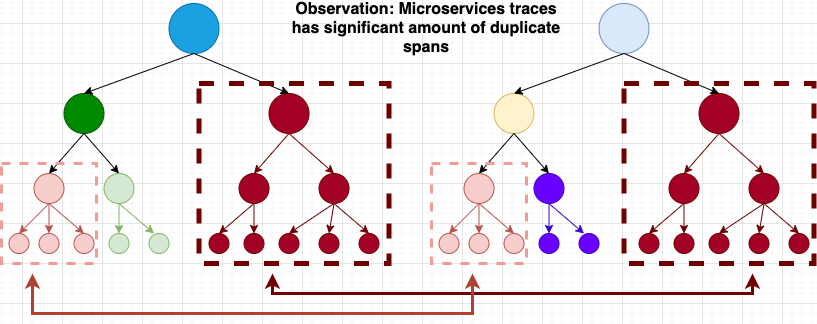
This is results/original_tree.drawio.png from HaseebLUMS/compression-for-distributed-tracing, a draw.io export, as it was before one commit. Source tidied: cells renumbered, new cells last; positions are measured from the earlier drawing's top-left corner, leaving out a move shared by most shapes. The source it was exported from:
```xml
<mxGraphModel>
  <root>
    <mxCell id="0" />
    <mxCell id="1" parent="0" />
    <mxCell id="2" style="ellipse;whiteSpace=wrap;html=1;fillColor=#1ba1e2;fontColor=#ffffff;strokeColor=#006EAF;" parent="1" vertex="1">
      <mxGeometry x="167.5" width="50" height="50" as="geometry" />
    </mxCell>
    <mxCell id="3" style="ellipse;whiteSpace=wrap;html=1;fillColor=#008a00;fontColor=#ffffff;strokeColor=#005700;" parent="1" vertex="1">
      <mxGeometry x="62.5" y="90" width="40" height="40" as="geometry" />
    </mxCell>
    <mxCell id="4" style="ellipse;whiteSpace=wrap;html=1;fillColor=#a20025;fontColor=#ffffff;strokeColor=#6F0000;" parent="1" vertex="1">
      <mxGeometry x="267.5" y="90" width="40" height="40" as="geometry" />
    </mxCell>
    <mxCell id="5" style="ellipse;whiteSpace=wrap;html=1;fillColor=#f8cecc;strokeColor=#b85450;" parent="1" vertex="1">
      <mxGeometry x="32.5" y="170" width="30" height="30" as="geometry" />
    </mxCell>
    <mxCell id="6" style="ellipse;whiteSpace=wrap;html=1;fillColor=#d5e8d4;strokeColor=#82b366;" parent="1" vertex="1">
      <mxGeometry x="102.5" y="170" width="30" height="30" as="geometry" />
    </mxCell>
    <mxCell id="7" style="ellipse;whiteSpace=wrap;html=1;fillColor=#a20025;fontColor=#ffffff;strokeColor=#6F0000;" parent="1" vertex="1">
      <mxGeometry x="237.5" y="170" width="30" height="30" as="geometry" />
    </mxCell>
    <mxCell id="8" style="ellipse;whiteSpace=wrap;html=1;fillColor=#a20025;fontColor=#ffffff;strokeColor=#6F0000;" parent="1" vertex="1">
      <mxGeometry x="317.5" y="170" width="30" height="30" as="geometry" />
    </mxCell>
    <mxCell id="9" style="ellipse;whiteSpace=wrap;html=1;fillColor=#f8cecc;strokeColor=#b85450;" parent="1" vertex="1">
      <mxGeometry x="7.5" y="230" width="20" height="20" as="geometry" />
    </mxCell>
    <mxCell id="10" style="ellipse;whiteSpace=wrap;html=1;fillColor=#f8cecc;strokeColor=#b85450;" parent="1" vertex="1">
      <mxGeometry x="37.5" y="230" width="20" height="20" as="geometry" />
    </mxCell>
    <mxCell id="11" style="ellipse;whiteSpace=wrap;html=1;fillColor=#f8cecc;strokeColor=#b85450;" parent="1" vertex="1">
      <mxGeometry x="72.5" y="230" width="20" height="20" as="geometry" />
    </mxCell>
    <mxCell id="12" style="ellipse;whiteSpace=wrap;html=1;fillColor=#d5e8d4;strokeColor=#82b366;" parent="1" vertex="1">
      <mxGeometry x="107.5" y="230" width="20" height="20" as="geometry" />
    </mxCell>
    <mxCell id="13" style="ellipse;whiteSpace=wrap;html=1;fillColor=#d5e8d4;strokeColor=#82b366;" parent="1" vertex="1">
      <mxGeometry x="147.5" y="230" width="20" height="20" as="geometry" />
    </mxCell>
    <mxCell id="14" style="ellipse;whiteSpace=wrap;html=1;fillColor=#a20025;fontColor=#ffffff;strokeColor=#6F0000;" parent="1" vertex="1">
      <mxGeometry x="207.5" y="230" width="20" height="20" as="geometry" />
    </mxCell>
    <mxCell id="15" style="ellipse;whiteSpace=wrap;html=1;fillColor=#a20025;fontColor=#ffffff;strokeColor=#6F0000;" parent="1" vertex="1">
      <mxGeometry x="242.5" y="230" width="20" height="20" as="geometry" />
    </mxCell>
    <mxCell id="16" style="ellipse;whiteSpace=wrap;html=1;fillColor=#a20025;fontColor=#ffffff;strokeColor=#6F0000;" parent="1" vertex="1">
      <mxGeometry x="277.5" y="230" width="20" height="20" as="geometry" />
    </mxCell>
    <mxCell id="17" style="ellipse;whiteSpace=wrap;html=1;fillColor=#a20025;fontColor=#ffffff;strokeColor=#6F0000;" parent="1" vertex="1">
      <mxGeometry x="317.5" y="230" width="20" height="20" as="geometry" />
    </mxCell>
    <mxCell id="18" style="ellipse;whiteSpace=wrap;html=1;fillColor=#a20025;fontColor=#ffffff;strokeColor=#6F0000;" parent="1" vertex="1">
      <mxGeometry x="357.5" y="230" width="20" height="20" as="geometry" />
    </mxCell>
    <mxCell id="19" style="endArrow=classic;html=1;rounded=0;exitX=0.5;exitY=1;exitDx=0;exitDy=0;entryX=0.5;entryY=0;entryDx=0;entryDy=0;" parent="1" edge="1" source="2" target="3">
      <mxGeometry relative="1" as="geometry" />
    </mxCell>
    <mxCell id="20" style="endArrow=classic;html=1;rounded=0;exitX=0.5;exitY=1;exitDx=0;exitDy=0;entryX=0.5;entryY=0;entryDx=0;entryDy=0;" parent="1" edge="1" source="2" target="4">
      <mxGeometry relative="1" as="geometry" />
    </mxCell>
    <mxCell id="21" style="endArrow=classic;html=1;rounded=0;exitX=0.5;exitY=1;exitDx=0;exitDy=0;entryX=0.5;entryY=0;entryDx=0;entryDy=0;" parent="1" edge="1" source="3" target="5">
      <mxGeometry relative="1" as="geometry" />
    </mxCell>
    <mxCell id="22" style="endArrow=classic;html=1;rounded=0;exitX=0.5;exitY=1;exitDx=0;exitDy=0;entryX=0.5;entryY=0;entryDx=0;entryDy=0;" parent="1" edge="1" source="3" target="6">
      <mxGeometry relative="1" as="geometry" />
    </mxCell>
    <mxCell id="23" style="endArrow=classic;html=1;rounded=0;exitX=0.5;exitY=1;exitDx=0;exitDy=0;entryX=0.5;entryY=0;entryDx=0;entryDy=0;fillColor=#a20025;strokeColor=#6F0000;" parent="1" edge="1" source="4" target="7">
      <mxGeometry relative="1" as="geometry" />
    </mxCell>
    <mxCell id="24" style="endArrow=classic;html=1;rounded=0;exitX=0.5;exitY=1;exitDx=0;exitDy=0;entryX=0.5;entryY=0;entryDx=0;entryDy=0;fillColor=#a20025;strokeColor=#6F0000;" parent="1" edge="1" source="4" target="8">
      <mxGeometry relative="1" as="geometry" />
    </mxCell>
    <mxCell id="25" style="endArrow=classic;html=1;rounded=0;entryX=0.5;entryY=0;entryDx=0;entryDy=0;fillColor=#f8cecc;strokeColor=#b85450;startArrow=none;" parent="1" edge="1" target="9">
      <mxGeometry relative="1" as="geometry">
        <mxPoint x="47.5" y="200" as="sourcePoint" />
      </mxGeometry>
    </mxCell>
    <mxCell id="26" style="endArrow=classic;html=1;rounded=0;exitX=0.5;exitY=1;exitDx=0;exitDy=0;entryX=0.5;entryY=0;entryDx=0;entryDy=0;fillColor=#f8cecc;strokeColor=#b85450;" parent="1" edge="1" source="5" target="10">
      <mxGeometry relative="1" as="geometry" />
    </mxCell>
    <mxCell id="27" style="endArrow=classic;html=1;rounded=0;exitX=0.5;exitY=1;exitDx=0;exitDy=0;entryX=0.5;entryY=0;entryDx=0;entryDy=0;fillColor=#f8cecc;strokeColor=#b85450;" parent="1" edge="1" source="5" target="11">
      <mxGeometry relative="1" as="geometry" />
    </mxCell>
    <mxCell id="28" style="endArrow=classic;html=1;rounded=0;exitX=0.5;exitY=1;exitDx=0;exitDy=0;entryX=0.5;entryY=0;entryDx=0;entryDy=0;fillColor=#d5e8d4;strokeColor=#82b366;" parent="1" edge="1" source="6" target="12">
      <mxGeometry relative="1" as="geometry" />
    </mxCell>
    <mxCell id="29" style="endArrow=classic;html=1;rounded=0;exitX=0.5;exitY=1;exitDx=0;exitDy=0;entryX=0.5;entryY=0;entryDx=0;entryDy=0;fillColor=#d5e8d4;strokeColor=#82b366;" parent="1" edge="1" source="6">
      <mxGeometry relative="1" as="geometry">
        <mxPoint x="152.5" y="230" as="targetPoint" />
      </mxGeometry>
    </mxCell>
    <mxCell id="30" style="endArrow=classic;html=1;rounded=0;exitX=0.5;exitY=1;exitDx=0;exitDy=0;entryX=0.5;entryY=0;entryDx=0;entryDy=0;fillColor=#a20025;strokeColor=#6F0000;" parent="1" edge="1" source="7" target="14">
      <mxGeometry relative="1" as="geometry" />
    </mxCell>
    <mxCell id="31" style="endArrow=classic;html=1;rounded=0;exitX=0.5;exitY=1;exitDx=0;exitDy=0;entryX=0.5;entryY=0;entryDx=0;entryDy=0;fillColor=#a20025;strokeColor=#6F0000;" parent="1" edge="1" source="7" target="15">
      <mxGeometry relative="1" as="geometry" />
    </mxCell>
    <mxCell id="32" style="endArrow=classic;html=1;rounded=0;exitX=0.5;exitY=1;exitDx=0;exitDy=0;entryX=0.5;entryY=0;entryDx=0;entryDy=0;fillColor=#a20025;strokeColor=#6F0000;" parent="1" edge="1" source="8" target="18">
      <mxGeometry relative="1" as="geometry" />
    </mxCell>
    <mxCell id="33" style="endArrow=classic;html=1;rounded=0;exitX=0.5;exitY=1;exitDx=0;exitDy=0;entryX=0.5;entryY=0;entryDx=0;entryDy=0;fillColor=#a20025;strokeColor=#6F0000;" parent="1" edge="1" source="8" target="17">
      <mxGeometry relative="1" as="geometry" />
    </mxCell>
    <mxCell id="34" style="endArrow=classic;html=1;rounded=0;exitX=0.5;exitY=1;exitDx=0;exitDy=0;entryX=0.5;entryY=0;entryDx=0;entryDy=0;fillColor=#a20025;strokeColor=#6F0000;" parent="1" edge="1" source="8" target="16">
      <mxGeometry relative="1" as="geometry" />
    </mxCell>
    <mxCell id="35" style="ellipse;whiteSpace=wrap;html=1;fillColor=#dae8fc;strokeColor=#6c8ebf;" parent="1" vertex="1">
      <mxGeometry x="597.5" width="50" height="50" as="geometry" />
    </mxCell>
    <mxCell id="36" style="ellipse;whiteSpace=wrap;html=1;fillColor=#fff2cc;strokeColor=#d6b656;" parent="1" vertex="1">
      <mxGeometry x="492.5" y="90" width="40" height="40" as="geometry" />
    </mxCell>
    <mxCell id="37" style="ellipse;whiteSpace=wrap;html=1;fillColor=#a20025;fontColor=#ffffff;strokeColor=#6F0000;" parent="1" vertex="1">
      <mxGeometry x="697.5" y="90" width="40" height="40" as="geometry" />
    </mxCell>
    <mxCell id="38" style="ellipse;whiteSpace=wrap;html=1;fillColor=#f8cecc;strokeColor=#b85450;" parent="1" vertex="1">
      <mxGeometry x="462.5" y="170" width="30" height="30" as="geometry" />
    </mxCell>
    <mxCell id="39" style="ellipse;whiteSpace=wrap;html=1;fillColor=#6a00ff;fontColor=#ffffff;strokeColor=#3700CC;" parent="1" vertex="1">
      <mxGeometry x="532.5" y="170" width="30" height="30" as="geometry" />
    </mxCell>
    <mxCell id="40" style="ellipse;whiteSpace=wrap;html=1;fillColor=#a20025;fontColor=#ffffff;strokeColor=#6F0000;" parent="1" vertex="1">
      <mxGeometry x="667.5" y="170" width="30" height="30" as="geometry" />
    </mxCell>
    <mxCell id="41" style="ellipse;whiteSpace=wrap;html=1;fillColor=#a20025;fontColor=#ffffff;strokeColor=#6F0000;" parent="1" vertex="1">
      <mxGeometry x="747.5" y="170" width="30" height="30" as="geometry" />
    </mxCell>
    <mxCell id="42" style="ellipse;whiteSpace=wrap;html=1;fillColor=#f8cecc;strokeColor=#b85450;" parent="1" vertex="1">
      <mxGeometry x="437.5" y="230" width="20" height="20" as="geometry" />
    </mxCell>
    <mxCell id="43" style="ellipse;whiteSpace=wrap;html=1;fillColor=#f8cecc;strokeColor=#b85450;" parent="1" vertex="1">
      <mxGeometry x="467.5" y="230" width="20" height="20" as="geometry" />
    </mxCell>
    <mxCell id="44" style="ellipse;whiteSpace=wrap;html=1;fillColor=#f8cecc;strokeColor=#b85450;" parent="1" vertex="1">
      <mxGeometry x="502.5" y="230" width="20" height="20" as="geometry" />
    </mxCell>
    <mxCell id="45" style="ellipse;whiteSpace=wrap;html=1;fillColor=#6a00ff;fontColor=#ffffff;strokeColor=#3700CC;" parent="1" vertex="1">
      <mxGeometry x="537.5" y="230" width="20" height="20" as="geometry" />
    </mxCell>
    <mxCell id="46" style="ellipse;whiteSpace=wrap;html=1;fillColor=#6a00ff;fontColor=#ffffff;strokeColor=#3700CC;" parent="1" vertex="1">
      <mxGeometry x="577.5" y="230" width="20" height="20" as="geometry" />
    </mxCell>
    <mxCell id="47" style="ellipse;whiteSpace=wrap;html=1;fillColor=#a20025;fontColor=#ffffff;strokeColor=#6F0000;" parent="1" vertex="1">
      <mxGeometry x="637.5" y="230" width="20" height="20" as="geometry" />
    </mxCell>
    <mxCell id="48" style="ellipse;whiteSpace=wrap;html=1;fillColor=#a20025;fontColor=#ffffff;strokeColor=#6F0000;" parent="1" vertex="1">
      <mxGeometry x="672.5" y="230" width="20" height="20" as="geometry" />
    </mxCell>
    <mxCell id="49" style="ellipse;whiteSpace=wrap;html=1;fillColor=#a20025;fontColor=#ffffff;strokeColor=#6F0000;" parent="1" vertex="1">
      <mxGeometry x="707.5" y="230" width="20" height="20" as="geometry" />
    </mxCell>
    <mxCell id="50" style="ellipse;whiteSpace=wrap;html=1;fillColor=#a20025;fontColor=#ffffff;strokeColor=#6F0000;" parent="1" vertex="1">
      <mxGeometry x="747.5" y="230" width="20" height="20" as="geometry" />
    </mxCell>
    <mxCell id="51" style="ellipse;whiteSpace=wrap;html=1;fillColor=#a20025;fontColor=#ffffff;strokeColor=#6F0000;" parent="1" vertex="1">
      <mxGeometry x="787.5" y="230" width="20" height="20" as="geometry" />
    </mxCell>
    <mxCell id="52" style="endArrow=classic;html=1;rounded=0;exitX=0.5;exitY=1;exitDx=0;exitDy=0;entryX=0.5;entryY=0;entryDx=0;entryDy=0;" parent="1" edge="1" source="35" target="36">
      <mxGeometry relative="1" as="geometry" />
    </mxCell>
    <mxCell id="53" style="endArrow=classic;html=1;rounded=0;exitX=0.5;exitY=1;exitDx=0;exitDy=0;entryX=0.5;entryY=0;entryDx=0;entryDy=0;" parent="1" edge="1" source="35" target="37">
      <mxGeometry relative="1" as="geometry" />
    </mxCell>
    <mxCell id="54" style="endArrow=classic;html=1;rounded=0;exitX=0.5;exitY=1;exitDx=0;exitDy=0;entryX=0.5;entryY=0;entryDx=0;entryDy=0;" parent="1" edge="1" source="36" target="38">
      <mxGeometry relative="1" as="geometry" />
    </mxCell>
    <mxCell id="55" style="endArrow=classic;html=1;rounded=0;exitX=0.5;exitY=1;exitDx=0;exitDy=0;entryX=0.5;entryY=0;entryDx=0;entryDy=0;" parent="1" edge="1" source="36" target="39">
      <mxGeometry relative="1" as="geometry" />
    </mxCell>
    <mxCell id="56" style="endArrow=classic;html=1;rounded=0;exitX=0.5;exitY=1;exitDx=0;exitDy=0;entryX=0.5;entryY=0;entryDx=0;entryDy=0;fillColor=#a20025;strokeColor=#6F0000;" parent="1" edge="1" source="37" target="40">
      <mxGeometry relative="1" as="geometry" />
    </mxCell>
    <mxCell id="57" style="endArrow=classic;html=1;rounded=0;exitX=0.5;exitY=1;exitDx=0;exitDy=0;entryX=0.5;entryY=0;entryDx=0;entryDy=0;fillColor=#a20025;strokeColor=#6F0000;" parent="1" edge="1" source="37" target="41">
      <mxGeometry relative="1" as="geometry" />
    </mxCell>
    <mxCell id="58" style="endArrow=classic;html=1;rounded=0;exitX=0.5;exitY=1;exitDx=0;exitDy=0;entryX=0.5;entryY=0;entryDx=0;entryDy=0;fillColor=#f8cecc;strokeColor=#b85450;" parent="1" edge="1" source="38" target="42">
      <mxGeometry relative="1" as="geometry" />
    </mxCell>
    <mxCell id="59" style="endArrow=classic;html=1;rounded=0;exitX=0.5;exitY=1;exitDx=0;exitDy=0;entryX=0.5;entryY=0;entryDx=0;entryDy=0;fillColor=#f8cecc;strokeColor=#b85450;" parent="1" edge="1" source="38" target="43">
      <mxGeometry relative="1" as="geometry" />
    </mxCell>
    <mxCell id="60" style="endArrow=classic;html=1;rounded=0;exitX=0.5;exitY=1;exitDx=0;exitDy=0;entryX=0.5;entryY=0;entryDx=0;entryDy=0;fillColor=#f8cecc;strokeColor=#b85450;" parent="1" edge="1" source="38" target="44">
      <mxGeometry relative="1" as="geometry" />
    </mxCell>
    <mxCell id="61" style="endArrow=classic;html=1;rounded=0;exitX=0.5;exitY=1;exitDx=0;exitDy=0;entryX=0.5;entryY=0;entryDx=0;entryDy=0;fillColor=#6a00ff;strokeColor=#3700CC;" parent="1" edge="1" source="39" target="45">
      <mxGeometry relative="1" as="geometry" />
    </mxCell>
    <mxCell id="62" style="endArrow=classic;html=1;rounded=0;exitX=0.5;exitY=1;exitDx=0;exitDy=0;entryX=0.5;entryY=0;entryDx=0;entryDy=0;fillColor=#6a00ff;strokeColor=#3700CC;" parent="1" edge="1" source="39">
      <mxGeometry relative="1" as="geometry">
        <mxPoint x="582.5" y="230" as="targetPoint" />
      </mxGeometry>
    </mxCell>
    <mxCell id="63" style="endArrow=classic;html=1;rounded=0;exitX=0.5;exitY=1;exitDx=0;exitDy=0;entryX=0.5;entryY=0;entryDx=0;entryDy=0;fillColor=#a20025;strokeColor=#6F0000;" parent="1" edge="1" source="40" target="47">
      <mxGeometry relative="1" as="geometry" />
    </mxCell>
    <mxCell id="64" style="endArrow=classic;html=1;rounded=0;exitX=0.5;exitY=1;exitDx=0;exitDy=0;entryX=0.5;entryY=0;entryDx=0;entryDy=0;fillColor=#a20025;strokeColor=#6F0000;" parent="1" edge="1" source="40" target="48">
      <mxGeometry relative="1" as="geometry" />
    </mxCell>
    <mxCell id="65" style="endArrow=classic;html=1;rounded=0;exitX=0.5;exitY=1;exitDx=0;exitDy=0;entryX=0.5;entryY=0;entryDx=0;entryDy=0;fillColor=#a20025;strokeColor=#6F0000;" parent="1" edge="1" source="41" target="51">
      <mxGeometry relative="1" as="geometry" />
    </mxCell>
    <mxCell id="66" style="endArrow=classic;html=1;rounded=0;exitX=0.5;exitY=1;exitDx=0;exitDy=0;entryX=0.5;entryY=0;entryDx=0;entryDy=0;fillColor=#a20025;strokeColor=#6F0000;" parent="1" edge="1" source="41" target="50">
      <mxGeometry relative="1" as="geometry" />
    </mxCell>
    <mxCell id="67" style="endArrow=classic;html=1;rounded=0;exitX=0.5;exitY=1;exitDx=0;exitDy=0;entryX=0.5;entryY=0;entryDx=0;entryDy=0;fillColor=#a20025;strokeColor=#6F0000;" parent="1" edge="1" source="41" target="49">
      <mxGeometry relative="1" as="geometry" />
    </mxCell>
    <mxCell id="68" style="rounded=0;whiteSpace=wrap;html=1;fillColor=none;dashed=1;fontColor=#ffffff;strokeColor=#6F0000;strokeWidth=5;" parent="1" vertex="1">
      <mxGeometry x="197.5" y="80" width="190" height="180" as="geometry" />
    </mxCell>
    <mxCell id="69" style="rounded=0;whiteSpace=wrap;html=1;fillColor=none;dashed=1;fontColor=#ffffff;strokeColor=#6F0000;strokeWidth=5;" parent="1" vertex="1">
      <mxGeometry x="622.5" y="80" width="190" height="180" as="geometry" />
    </mxCell>
    <mxCell id="70" style="rounded=0;whiteSpace=wrap;html=1;fillColor=none;dashed=1;fontColor=#ffffff;strokeColor=#F19C99;strokeWidth=3;" parent="1" vertex="1">
      <mxGeometry y="160" width="95" height="100" as="geometry" />
    </mxCell>
    <mxCell id="71" style="rounded=0;whiteSpace=wrap;html=1;fillColor=none;dashed=1;fontColor=#ffffff;strokeColor=#F19C99;strokeWidth=3;" parent="1" vertex="1">
      <mxGeometry x="430" y="160" width="95" height="100" as="geometry" />
    </mxCell>
    <mxCell id="72" value="&lt;b&gt;&lt;font style=&quot;font-size: 16px&quot;&gt;Observation: Microservices traces has significant amount of duplicate spans&lt;/font&gt;&lt;/b&gt;" style="text;html=1;strokeColor=none;fillColor=none;align=center;verticalAlign=middle;whiteSpace=wrap;rounded=0;dashed=1;" parent="1" vertex="1">
      <mxGeometry x="277.5" y="10" width="293.5" height="30" as="geometry" />
    </mxCell>
    <mxCell id="73" style="endArrow=classic;startArrow=classic;html=1;rounded=0;fontSize=15;strokeWidth=3;fillColor=#a20025;strokeColor=#6F0000;" parent="1" edge="1">
      <mxGeometry relative="1" as="geometry">
        <mxPoint x="271" y="270" as="sourcePoint" />
        <mxPoint x="751" y="270" as="targetPoint" />
        <Array as="points">
          <mxPoint x="271" y="290" />
          <mxPoint x="751" y="290" />
        </Array>
      </mxGeometry>
    </mxCell>
    <mxCell id="74" style="endArrow=classic;startArrow=classic;html=1;rounded=0;fontSize=15;strokeWidth=3;fillColor=#fad9d5;strokeColor=#ae4132;" parent="1" edge="1">
      <mxGeometry relative="1" as="geometry">
        <mxPoint x="31" y="270" as="sourcePoint" />
        <mxPoint x="471" y="270" as="targetPoint" />
        <Array as="points">
          <mxPoint x="31" y="310" />
          <mxPoint x="471" y="310" />
        </Array>
      </mxGeometry>
    </mxCell>
  </root>
</mxGraphModel>
```
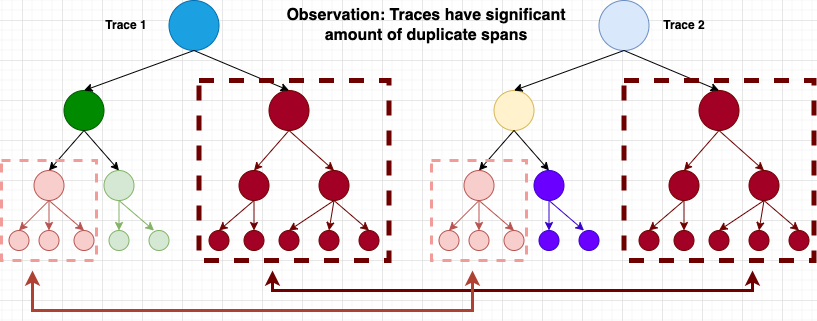
Later version of the same file.

Diff of the diagram source:
```diff
@@ -218,7 +218,7 @@
     <mxCell id="71" style="rounded=0;whiteSpace=wrap;html=1;fillColor=none;dashed=1;fontColor=#ffffff;strokeColor=#F19C99;strokeWidth=3;" parent="1" vertex="1">
       <mxGeometry x="430" y="160" width="95" height="100" as="geometry" />
     </mxCell>
-    <mxCell id="72" value="&lt;b&gt;&lt;font style=&quot;font-size: 16px&quot;&gt;Observation: Microservices traces has significant amount of duplicate spans&lt;/font&gt;&lt;/b&gt;" style="text;html=1;strokeColor=none;fillColor=none;align=center;verticalAlign=middle;whiteSpace=wrap;rounded=0;dashed=1;" parent="1" vertex="1">
+    <mxCell id="72" value="&lt;b&gt;&lt;font style=&quot;font-size: 16px&quot;&gt;Observation: Traces have significant amount of duplicate spans&lt;/font&gt;&lt;/b&gt;" style="text;html=1;strokeColor=none;fillColor=none;align=center;verticalAlign=middle;whiteSpace=wrap;rounded=0;dashed=1;" parent="1" vertex="1">
       <mxGeometry x="277.5" y="10" width="293.5" height="30" as="geometry" />
     </mxCell>
     <mxCell id="73" style="endArrow=classic;startArrow=classic;html=1;rounded=0;fontSize=15;strokeWidth=3;fillColor=#a20025;strokeColor=#6F0000;" parent="1" edge="1">
@@ -241,5 +241,11 @@
         </Array>
       </mxGeometry>
     </mxCell>
+    <mxCell id="75" value="&lt;b&gt;Trace 1&lt;/b&gt;" style="text;html=1;strokeColor=none;fillColor=none;align=center;verticalAlign=middle;whiteSpace=wrap;rounded=0;" parent="1" vertex="1">
+      <mxGeometry x="95" y="10" width="60" height="30" as="geometry" />
+    </mxCell>
+    <mxCell id="76" value="&lt;b&gt;Trace 2&lt;/b&gt;" style="text;html=1;strokeColor=none;fillColor=none;align=center;verticalAlign=middle;whiteSpace=wrap;rounded=0;" parent="1" vertex="1">
+      <mxGeometry x="652.5" y="10" width="60" height="30" as="geometry" />
+    </mxCell>
   </root>
 </mxGraphModel>
```
